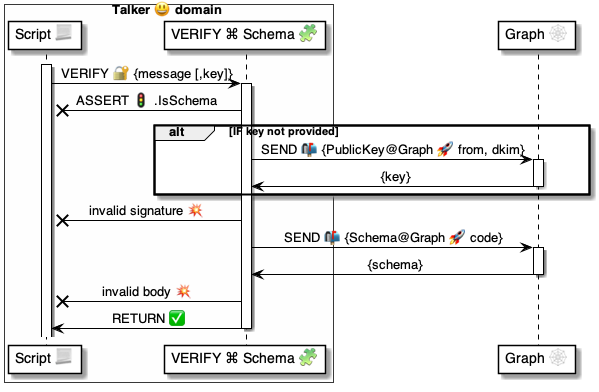
The PlantUML diagram 4 ⚙️ Solution/37 Scripts 📃/📃 Commands ⌘/⌘ for messages 📨/VERIFY 🔐/VERIFY Schema 🧩/🔐 VERIFY Schema ⚙️ uml.png in pollyweb-org/pollyweb-docs, before a commit. Its source is kept beside it as 4 ⚙️ Solution/37 Scripts 📃/📃 Commands ⌘/⌘ for messages 📨/VERIFY 🔐/VERIFY Schema 🧩/🔐 VERIFY Schema ⚙️ uml.puml. The source it was exported from:
```plantuml
@startuml VERIFY Schema 🧩

box Talker 😃 domain #FFFFFA
    participant "Script 📃" as script
    participant "VERIFY ⌘ Schema 🧩" as verify
end box
participant "Graph 🕸" as graph


activate script
    script -> verify: VERIFY 🔐 {message [,key]}

activate verify

    verify -x script: ASSERT 🚦 .IsSchema

    alt IF key not provided
        verify -> graph: SEND 📬 {PublicKey@Graph 🚀 from, dkim}
        activate graph
            graph -> verify: {key}
        deactivate graph
    end alt

    verify -x script: invalid signature 💥

    verify -> graph: SEND 📬 {Schema@Graph 🚀 code}
    activate graph
        graph -> verify: {schema}
    deactivate graph

    verify -x script: invalid body 💥

    verify -> script: RETURN ✅

deactivate verify


@enduml
```
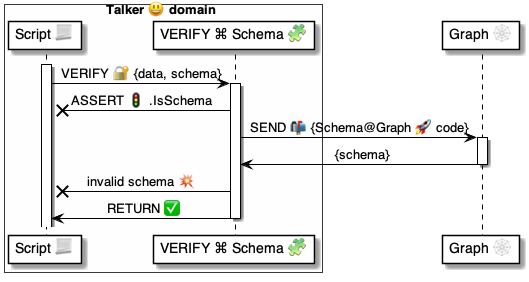
The same diagram one commit later.

Change to the diagram source:
```diff
@@ -8,27 +8,18 @@
 
 
 activate script
-    script -> verify: VERIFY 🔐 {message [,key]}
+    script -> verify: VERIFY 🔐 {data, schema}
 
 activate verify
 
     verify -x script: ASSERT 🚦 .IsSchema
-
-    alt IF key not provided
-        verify -> graph: SEND 📬 {PublicKey@Graph 🚀 from, dkim}
-        activate graph
-            graph -> verify: {key}
-        deactivate graph
-    end alt
-
-    verify -x script: invalid signature 💥
 
     verify -> graph: SEND 📬 {Schema@Graph 🚀 code}
     activate graph
         graph -> verify: {schema}
     deactivate graph
 
-    verify -x script: invalid body 💥
+    verify -x script: invalid schema 💥
 
     verify -> script: RETURN ✅
 
```
